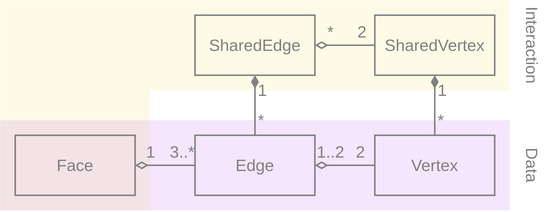
This is wiki/MetaMeshGraph.svg from YoanWithY/kayo, a draw.io export, as it was before one commit. Source tidied: cells renumbered, new cells last; positions are measured from the earlier drawing's top-left corner, leaving out a move shared by most shapes.
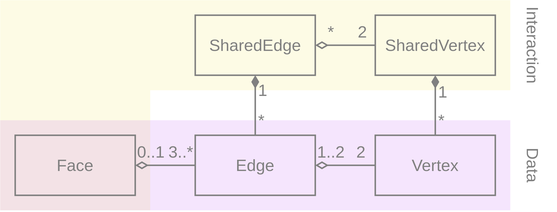
Above is the later version.

Change to the diagram source:
```diff
@@ -87,7 +87,7 @@
         <mxPoint x="-4" as="offset" />
       </mxGeometry>
     </mxCell>
-    <mxCell id="23" value="1" style="edgeLabel;html=1;align=center;verticalAlign=bottom;fontSize=11;fontFamily=Helvetica;fontColor=#808080;labelBackgroundColor=none;" parent="21" vertex="1">
+    <mxCell id="23" value="0..1" style="edgeLabel;html=1;align=center;verticalAlign=bottom;fontSize=11;fontFamily=Helvetica;fontColor=#808080;labelBackgroundColor=none;" parent="21" vertex="1">
       <mxGeometry x="-0.41" y="-1" relative="1" as="geometry">
         <mxPoint x="-2" y="-1" as="offset" />
       </mxGeometry>
```
